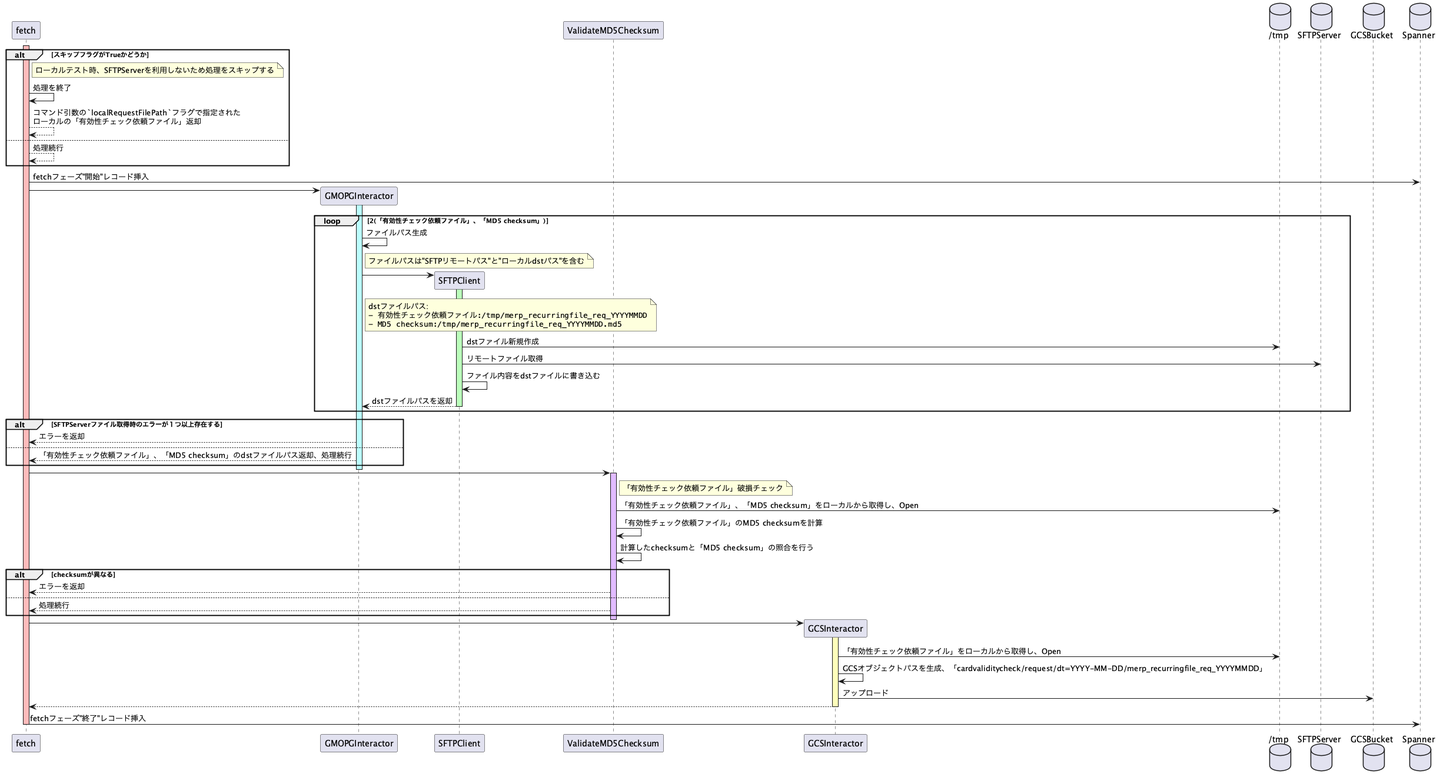
The PlantUML diagram download_files_from_gmopg-sftp.png in norun9/uml, before a commit.
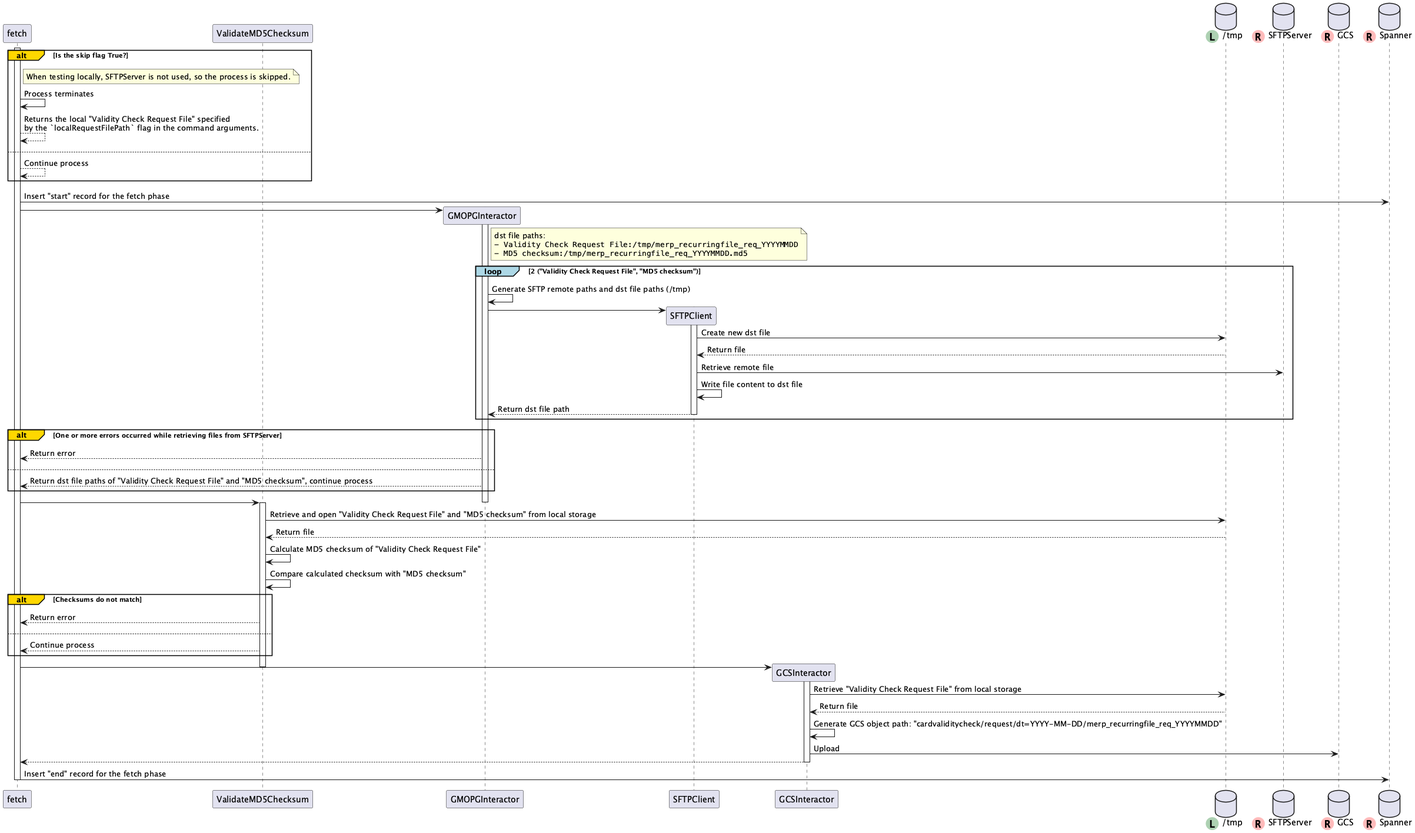
The same diagram one commit later.

The edit, as a diff of the source:
```diff
@@ -1,70 +1,74 @@
 @startuml download_files_from_gmopg-sftp
 participant fetch
+participant ValidateMD5Checksum
 participant GMOPGInteractor
 participant SFTPClient
-participant ValidateMD5Checksum
 participant GCSInteractor
-database "/tmp" as tmp
-database SFTPServer
-database GCSBucket
-database Spanner
+database "/tmp" as tmp << (L, #ADD1B2) >>
+database SFTPServer << (R, #FFBBBB) >>
+database GCS << (R, #FFBBBB) >>
+database Spanner << (R, #FFBBBB) >>
 
-activate fetch  #FFBBBB
-alt スキップフラグがTrueかどうか
-    note right of fetch: ローカルテスト時、SFTPServerを利用しないため処理をスキップする
-    fetch -> fetch: 処理を終了
-    return コマンド引数の`localRequestFilePath`フラグで指定された\nローカルの「有効性チェック依頼ファイル」返却
+activate fetch
+alt#Gold Is the skip flag True?
+    note right of fetch: When testing locally, SFTPServer is not used, so the process is skipped.
+    fetch -> fetch: Process terminates
+    return Returns the local "Validity Check Request File" specified\nby the `localRequestFilePath` flag in the command arguments.
 else
-    fetch --> fetch: 処理続行
+    fetch --> fetch: Continue process
 end
-fetch -> Spanner: fetchフェーズ"開始"レコード挿入
+fetch -> Spanner: Insert "start" record for the fetch phase
 create GMOPGInteractor
 fetch -> GMOPGInteractor
 
-activate GMOPGInteractor #BBFFFF
-loop 2(「有効性チェック依頼ファイル」、「MD5 checksum」)
-    GMOPGInteractor -> GMOPGInteractor: ファイルパス生成
-    note right of GMOPGInteractor: ファイルパスは"SFTPリモートパス"と"ローカルdstパス"を含む
+activate GMOPGInteractor
+note right of GMOPGInteractor: dst file paths:\n""- Validity Check Request File:/tmp/merp_recurringfile_req_YYYYMMDD""\n""- MD5 checksum:/tmp/merp_recurringfile_req_YYYYMMDD.md5""
+loop#LightBlue 2 ("Validity Check Request File", "MD5 checksum")
+    GMOPGInteractor -> GMOPGInteractor: Generate SFTP remote paths and dst file paths (/tmp)
     create SFTPClient
     GMOPGInteractor -> SFTPClient
-    activate SFTPClient #BBFFBB
-    note right of GMOPGInteractor: dstファイルパス:\n""- 有効性チェック依頼ファイル:/tmp/merp_recurringfile_req_YYYYMMDD""\n""- MD5 checksum:/tmp/merp_recurringfile_req_YYYYMMDD.md5""
-    SFTPClient -> tmp: dstファイル新規作成
-    SFTPClient -> SFTPServer: リモートファイル取得
-    SFTPClient -> SFTPClient: ファイル内容をdstファイルに書き込む
-    return dstファイルパスを返却
+    activate SFTPClient
+    SFTPClient -> tmp: Create new dst file
+    tmp --> SFTPClient: Return file
+    SFTPClient -> SFTPServer: Retrieve remote file
+    SFTPClient -> SFTPClient: Write file content to dst file
+    return Return dst file path
     deactivate SFTPClient
 end
-alt SFTPServerファイル取得時のエラーが１つ以上存在する
-    GMOPGInteractor --> fetch: エラーを返却
+alt#Gold One or more errors occurred while retrieving files from SFTPServer
+    GMOPGInteractor --> fetch: Return error
 else
-    GMOPGInteractor --> fetch: 「有効性チェック依頼ファイル」、「MD5 checksum」のdstファイルパス返却、処理続行
+    GMOPGInteractor --> fetch: Return dst file paths of "Validity Check Request File" and "MD5 checksum", continue process
 end
 deactivate GMOPGInteractor
 
 fetch -> ValidateMD5Checksum
-note right of ValidateMD5Checksum: 「有効性チェック依頼ファイル」破損チェック
-activate ValidateMD5Checksum #E1BBFF
-ValidateMD5Checksum -> tmp: 「有効性チェック依頼ファイル」、「MD5 checksum」をローカルから取得し、Open
-ValidateMD5Checksum -> ValidateMD5Checksum:「有効性チェック依頼ファイル」のMD5 checksumを計算
-ValidateMD5Checksum -> ValidateMD5Checksum: 計算したchecksumと「MD5 checksum」の照合を行う
-alt checksumが異なる
-    ValidateMD5Checksum --> fetch: エラーを返却
+!pragma teoz true
+box "Validity Check Request File Corruption Check"
+    activate ValidateMD5Checksum
+    ValidateMD5Checksum -> tmp: Retrieve and open "Validity Check Request File" and "MD5 checksum" from local storage
+    tmp --> ValidateMD5Checksum: Return file
+    ValidateMD5Checksum -> ValidateMD5Checksum: Calculate MD5 checksum of "Validity Check Request File"
+    ValidateMD5Checksum -> ValidateMD5Checksum: Compare calculated checksum with "MD5 checksum"
+end box
+alt#Gold Checksums do not match
+    ValidateMD5Checksum --> fetch: Return error
 else
-    ValidateMD5Checksum --> fetch: 処理続行
+    ValidateMD5Checksum --> fetch: Continue process
 end
 deactivate ValidateMD5Checksum
 
 create GCSInteractor
 fetch -> GCSInteractor
-activate GCSInteractor #FFFFBB
-GCSInteractor -> tmp: 「有効性チェック依頼ファイル」をローカルから取得し、Open
-GCSInteractor -> GCSInteractor: GCSオブジェクトパスを生成、「cardvaliditycheck/request/dt=YYYY-MM-DD/merp_recurringfile_req_YYYYMMDD」
-GCSInteractor -> GCSBucket: アップロード
+activate GCSInteractor
+GCSInteractor -> tmp: Retrieve "Validity Check Request File" from local storage
+tmp --> GCSInteractor: Return file
+GCSInteractor -> GCSInteractor: Generate GCS object path: "cardvaliditycheck/request/dt=YYYY-MM-DD/merp_recurringfile_req_YYYYMMDD"
+GCSInteractor -> GCS: Upload
 return
 deactivate GCSInteractor
 
-fetch -> Spanner: fetchフェーズ"終了"レコード挿入
+fetch -> Spanner: Insert "end" record for the fetch phase
 
 deactivate fetch
 
```
